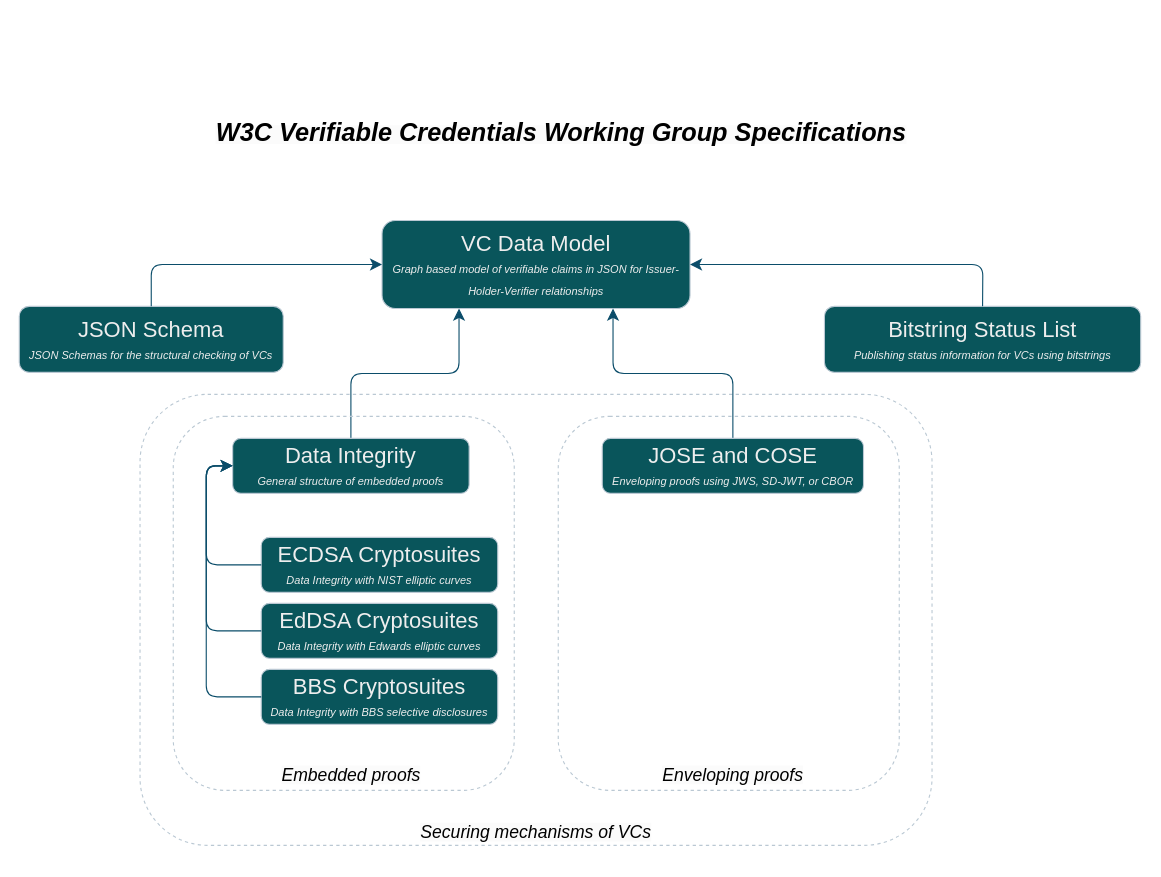
The draw.io diagram assets/VCWG_specifications.drawio in w3c/verifiable-credentials, before the edit. Source tidied: cells renumbered, new cells numbered last; positions are measured from the earlier drawing's top-left corner, leaving out a move shared by most shapes. Both pictures are drawn from the tidied source at 110%, with x=0, y=0 at pixel (19, 110).
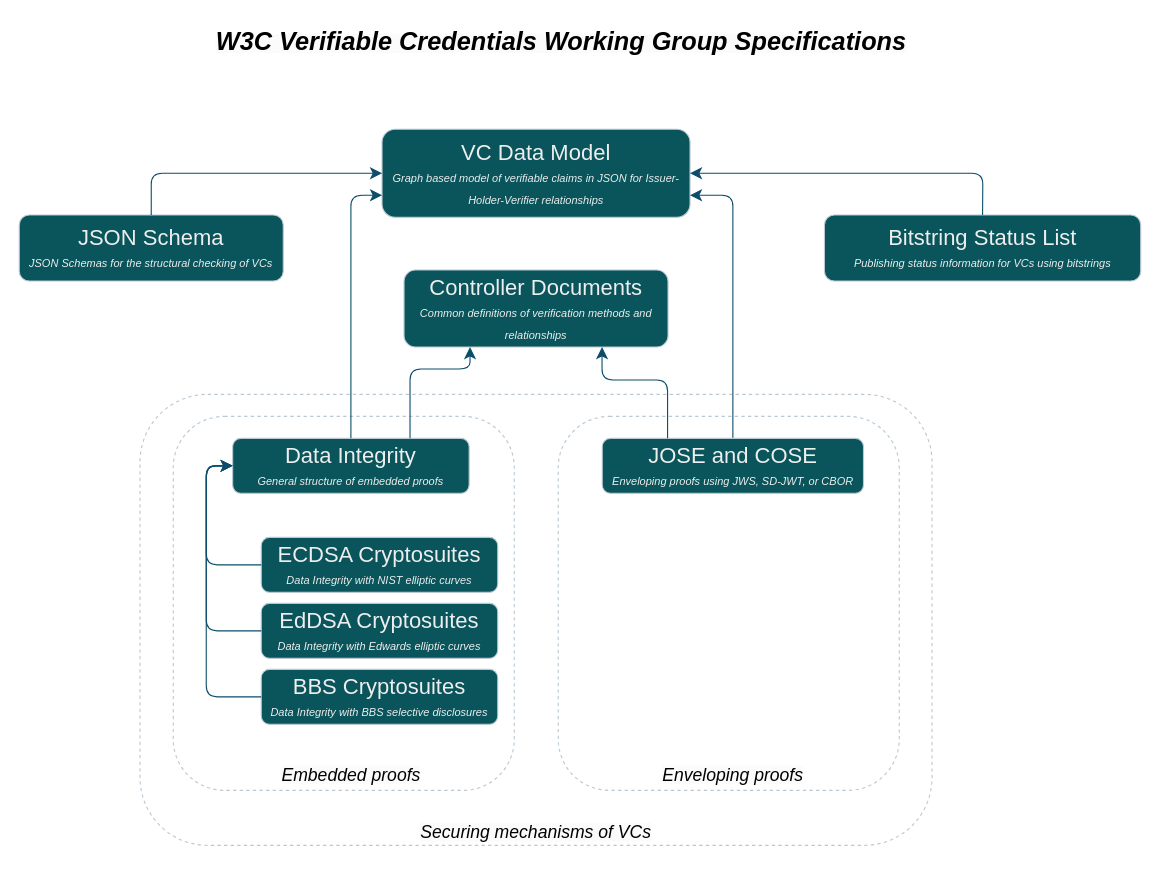
After the change.

The change refers to these unchanged cells:
```xml
<mxCell id="13" value="&lt;font style=&quot;&quot;&gt;&lt;span style=&quot;font-size: 20px;&quot;&gt;JOSE and COSE&lt;br&gt;&lt;/span&gt;&lt;span style=&quot;font-size: 10px;&quot;&gt;&lt;i&gt;Enveloping proofs using JWS, SD-JWT, or CBOR&lt;/i&gt;&lt;/span&gt;&lt;br&gt;&lt;/font&gt;" style="rounded=1;whiteSpace=wrap;html=1;fontSize=16;labelBackgroundColor=none;fillColor=#09555B;strokeColor=#BAC8D3;fontColor=#EEEEEE;" parent="1" vertex="1">
  <mxGeometry x="530" y="298" width="237.5" height="50" as="geometry" />
</mxCell>
<mxCell id="19" value="&lt;font style=&quot;font-size: 20px;&quot;&gt;Data Integrity&lt;/font&gt;&lt;br&gt;&lt;font style=&quot;font-size: 10px;&quot;&gt;&lt;i&gt;General structure of embedded proofs&lt;/i&gt;&lt;/font&gt;" style="rounded=1;whiteSpace=wrap;html=1;fontSize=16;labelBackgroundColor=none;fillColor=#09555B;strokeColor=#BAC8D3;fontColor=#EEEEEE;" parent="1" vertex="1">
  <mxGeometry x="194" y="298" width="215" height="50" as="geometry" />
</mxCell>
```

Change to the diagram source:
```diff
@@
     <mxCell id="2" value="&lt;i style=&quot;border-color: var(--border-color); color: rgb(0, 0, 0); font-family: Helvetica; font-variant-ligatures: normal; font-variant-caps: normal; letter-spacing: normal; orphans: 2; text-indent: 0px; text-transform: none; widows: 2; word-spacing: 0px; -webkit-text-stroke-width: 0px; background-color: rgb(251, 251, 251); text-decoration-thickness: initial; text-decoration-style: initial; text-decoration-color: initial;&quot;&gt;&lt;font style=&quot;font-size: 23px;&quot;&gt;&lt;b&gt;W3C Verifiable Credentials Working Group Specifications&lt;/b&gt;&lt;/font&gt;&lt;/i&gt;" style="text;whiteSpace=wrap;html=1;fontSize=16;align=center;rounded=1;labelBackgroundColor=none;fontColor=#EEEEEE;" parent="1" vertex="1">
-      <mxGeometry x="162.6" width="660.2" height="40" as="geometry" />
+      <mxGeometry x="162.6" y="-83" width="660.2" height="40" as="geometry" />
     </mxCell>
@@
     <mxCell id="4" value="&lt;font style=&quot;font-size: 20px;&quot;&gt;VC Data Model&lt;/font&gt;&lt;br&gt;&lt;font style=&quot;font-size: 10px;&quot;&gt;&lt;i&gt;Graph based model of verifiable claims in JSON for Issuer-Holder-Verifier relationships&lt;/i&gt;&lt;/font&gt;" style="rounded=1;whiteSpace=wrap;html=1;fontSize=16;labelBackgroundColor=none;fillColor=#09555B;strokeColor=#BAC8D3;fontColor=#EEEEEE;" parent="1" vertex="1">
-      <mxGeometry x="329.8" y="100" width="280" height="80" as="geometry" />
+      <mxGeometry x="329.8" y="17" width="280" height="80" as="geometry" />
     </mxCell>
     <mxCell id="5" value="&lt;font style=&quot;&quot;&gt;&lt;span style=&quot;font-size: 20px;&quot;&gt;JSON Schema&lt;br&gt;&lt;/span&gt;&lt;i style=&quot;font-size: 10px;&quot;&gt;JSON Schemas for the structural checking of VCs&lt;/i&gt;&lt;br&gt;&lt;/font&gt;" style="rounded=1;whiteSpace=wrap;html=1;fontSize=16;labelBackgroundColor=none;fillColor=#09555B;strokeColor=#BAC8D3;fontColor=#EEEEEE;" parent="1" vertex="1">
-      <mxGeometry y="178" width="240" height="60" as="geometry" />
+      <mxGeometry y="95" width="240" height="60" as="geometry" />
     </mxCell>
     <mxCell id="6" value="&lt;font style=&quot;&quot;&gt;&lt;span style=&quot;font-size: 20px;&quot;&gt;Bitstring Status List&lt;br&gt;&lt;/span&gt;&lt;i style=&quot;font-size: 10px;&quot;&gt;Publishing status information for VCs using bitstrings&lt;/i&gt;&lt;br&gt;&lt;/font&gt;" style="rounded=1;whiteSpace=wrap;html=1;fontSize=16;labelBackgroundColor=none;fillColor=#09555B;strokeColor=#BAC8D3;fontColor=#EEEEEE;" parent="1" vertex="1">
-      <mxGeometry x="732" y="178" width="287.5" height="60" as="geometry" />
+      <mxGeometry x="732" y="95" width="287.5" height="60" as="geometry" />
     </mxCell>
-    <mxCell id="7" style="edgeStyle=elbowEdgeStyle;elbow=vertical;endArrow=classic;html=1;curved=0;rounded=1;endSize=8;startSize=8;fontSize=12;exitX=0.5;exitY=0;exitDx=0;exitDy=0;entryX=0.25;entryY=1;entryDx=0;entryDy=0;labelBackgroundColor=none;strokeColor=#0B4D6A;fontColor=default;" parent="1" edge="1" source="19" target="4">
-      <mxGeometry relative="1" as="geometry" />
-    </mxCell>
-    <mxCell id="8" style="edgeStyle=elbowEdgeStyle;elbow=vertical;endArrow=classic;html=1;curved=0;rounded=1;endSize=8;startSize=8;fontSize=12;exitX=0.5;exitY=0;exitDx=0;exitDy=0;entryX=0.75;entryY=1;entryDx=0;entryDy=0;labelBackgroundColor=none;strokeColor=#0B4D6A;fontColor=default;" parent="1" edge="1" source="13" target="4">
-      <mxGeometry relative="1" as="geometry" />
+    <mxCell id="8" style="edgeStyle=elbowEdgeStyle;elbow=vertical;endArrow=classic;html=1;curved=0;rounded=1;endSize=8;startSize=8;fontSize=12;exitX=0.5;exitY=0;exitDx=0;exitDy=0;entryX=1;entryY=0.75;entryDx=0;entryDy=0;labelBackgroundColor=none;strokeColor=#0B4D6A;fontColor=default;" parent="1" edge="1" source="13" target="4">
+      <mxGeometry relative="1" as="geometry">
+        <Array as="points">
+          <mxPoint x="635" y="77" />
+        </Array>
+      </mxGeometry>
     </mxCell>
     <mxCell id="9" style="edgeStyle=elbowEdgeStyle;elbow=horizontal;endArrow=classic;html=1;curved=0;rounded=1;endSize=8;startSize=8;fontSize=12;exitX=0.5;exitY=0;exitDx=0;exitDy=0;entryX=0;entryY=0.5;entryDx=0;entryDy=0;labelBackgroundColor=none;strokeColor=#0B4D6A;fontColor=default;" parent="1" edge="1" source="5" target="4">
       <mxGeometry relative="1" as="geometry">
         <Array as="points">
-          <mxPoint x="120" y="168" />
+          <mxPoint x="120" y="85" />
         </Array>
       </mxGeometry>
     </mxCell>
     <mxCell id="10" style="edgeStyle=elbowEdgeStyle;elbow=horizontal;endArrow=classic;html=1;curved=0;rounded=1;endSize=8;startSize=8;fontSize=12;entryX=1;entryY=0.5;entryDx=0;entryDy=0;exitX=0.5;exitY=0;exitDx=0;exitDy=0;labelBackgroundColor=none;strokeColor=#0B4D6A;fontColor=default;" parent="1" edge="1" source="6" target="4">
       <mxGeometry relative="1" as="geometry">
         <Array as="points">
-          <mxPoint x="876" y="168" />
+          <mxPoint x="876" y="85" />
         </Array>
       </mxGeometry>
     </mxCell>
@@
+    <mxCell id="7" style="edgeStyle=elbowEdgeStyle;elbow=vertical;endArrow=classic;html=1;curved=0;rounded=1;endSize=8;startSize=8;fontSize=12;entryX=0;entryY=0.75;entryDx=0;entryDy=0;labelBackgroundColor=none;strokeColor=#0B4D6A;fontColor=default;exitX=0.5;exitY=0;exitDx=0;exitDy=0;" parent="1" edge="1" source="19" target="4">
+      <mxGeometry relative="1" as="geometry">
+        <Array as="points">
+          <mxPoint x="290" y="77" />
+        </Array>
+      </mxGeometry>
+    </mxCell>
+    <mxCell id="24" value="&lt;font style=&quot;&quot;&gt;&lt;span style=&quot;font-size: 20px;&quot;&gt;Controller Documents&lt;/span&gt;&lt;/font&gt;&lt;div&gt;&lt;font style=&quot;&quot;&gt;&lt;i style=&quot;font-size: 10px;&quot;&gt;Common definitions of verification methods and relationships&lt;/i&gt;&lt;br&gt;&lt;/font&gt;&lt;/div&gt;" style="rounded=1;whiteSpace=wrap;html=1;fontSize=16;labelBackgroundColor=none;fillColor=#09555B;strokeColor=#BAC8D3;fontColor=#EEEEEE;" parent="1" vertex="1">
+      <mxGeometry x="349.8" y="145" width="240" height="70" as="geometry" />
+    </mxCell>
+    <mxCell id="25" style="edgeStyle=elbowEdgeStyle;elbow=vertical;endArrow=classic;html=1;curved=0;rounded=1;endSize=8;startSize=8;fontSize=12;entryX=0.25;entryY=1;entryDx=0;entryDy=0;labelBackgroundColor=none;strokeColor=#0B4D6A;fontColor=default;exitX=0.75;exitY=0;exitDx=0;exitDy=0;" parent="1" edge="1" source="19" target="24">
+      <mxGeometry relative="1" as="geometry">
+        <Array as="points">
+          <mxPoint x="375" y="235" />
+        </Array>
+      </mxGeometry>
+    </mxCell>
+    <mxCell id="26" style="edgeStyle=elbowEdgeStyle;elbow=vertical;endArrow=classic;html=1;curved=0;rounded=1;endSize=8;startSize=8;fontSize=12;entryX=0.75;entryY=1;entryDx=0;entryDy=0;labelBackgroundColor=none;strokeColor=#0B4D6A;fontColor=default;exitX=0.25;exitY=0;exitDx=0;exitDy=0;" parent="1" edge="1" source="13" target="24">
+      <mxGeometry relative="1" as="geometry">
+        <Array as="points">
+          <mxPoint x="485.3" y="245" />
+        </Array>
+      </mxGeometry>
+    </mxCell>
```
